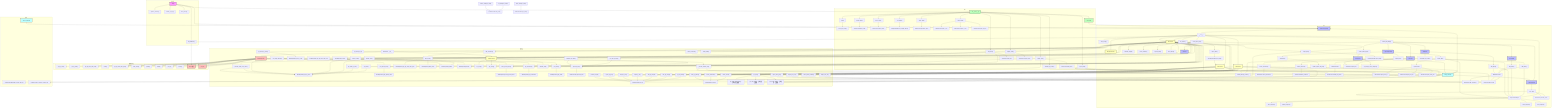
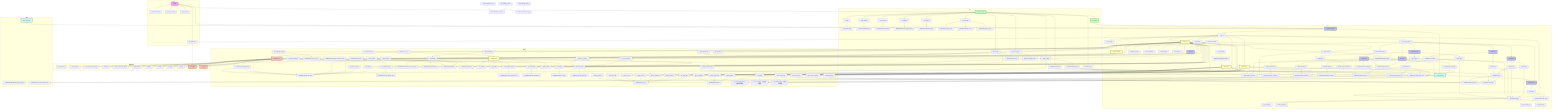
flowchart TD
    subgraph 主入口
        main["main()"] --> init_database["init_database()"]
        main --> register_services["register_services()"]
        main --> handle_cli_args["handle_cli_args()"]
        main --> show_menu["show_menu()"]
    end

    subgraph GUI
        VMTOOLPyQtApp["VMTOOLPyQtApp"] --> __init__["__init__()"]
        __init__ --> load_config["load_config()"]
        __init__ --> create_menu_bar["create_menu_bar()"]
        __init__ --> init_database
        __init__ --> DictService
        __init__ --> WeightCalculator
        __init__ --> FilterService
        __init__ --> StatsService
        __init__ --> set_theme["set_theme()"]
        __init__ --> create_tab_widget["create_tab_widget()"]
        __init__ --> ProgressBarWidget["ProgressBarWidget"]

        create_menu_bar --> import_data["import_data()"]
        create_menu_bar --> export_data["export_data()"]
        create_menu_bar --> calculate_weight["calculate_weight()"]
        create_menu_bar --> detect_conflicts["detect_conflicts()"]
        create_menu_bar --> migrate_data["migrate_data()"]
        create_menu_bar --> show_about["show_about()"]

        import_data --> ImportExportTab.import_data["ImportExportTab.import_data()"]
        export_data --> ImportExportTab.export_data["ImportExportTab.export_data()"]

        create_tab_widget --> CharsTab["CharsTab"]
        create_tab_widget --> SpecialTab["SpecialTab"]
        create_tab_widget --> WordsTab["WordsTab"]
        create_tab_widget --> StatsTab["StatsTab"]
        create_tab_widget --> ImportExportTab["ImportExportTab"]
        create_tab_widget --> CodeRulesTab["CodeRulesTab"]
        create_tab_widget --> create_settings_tab["create_settings_tab()"]
        create_settings_tab --> SettingsTab["SettingsTab"]

        SettingsTab --> on_settings_order_changed["on_settings_order_changed()"]
        SettingsTab --> reload_settings_content["reload_settings_content()"]
+         SettingsTab --> load_language_settings["load_language_settings()"]
        on_settings_order_changed --> config_manager
        on_settings_order_changed --> reload_settings_content
+         load_language_settings --> config_manager

        CharsTab --> search_characters_gui["search_characters()"]
        search_characters_gui --> DictService.search_characters

        CharsTab --> delete_character_gui["delete_character()"]
        delete_character_gui --> DictService.delete_character

        CharsTab --> add_batch_gui["add_batch()"]
        add_batch_gui --> AddBatchThread["AddBatchThread"]
        AddBatchThread --> DictService.add_characters
        add_batch_gui --> ProgressBarWidget

        SpecialTab --> add_special_batch_gui["add_batch()"]
        add_special_batch_gui --> AddBatchThread
        AddBatchThread --> DictService.add_words
        add_special_batch_gui --> ProgressBarWidget

        WordsTab --> add_batch_words_gui["add_batch()"]
        add_batch_words_gui --> AddBatchThread
        AddBatchThread --> DictService.add_words
        add_batch_words_gui --> ProgressBarWidget

        WordsTab --> recalculate_all_codes_gui["recalculate_all_codes()"]
        recalculate_all_codes_gui --> CalculateThread["CalculateThread"]
        CalculateThread --> DictService.calculate_all_codes
        recalculate_all_codes_gui --> ProgressBarWidget

        ImportExportTab --> showEvent["showEvent()"]
        showEvent --> update_export_full_path["update_export_full_path()"]

        ImportExportTab --> import_data_gui["import_data()"]
        import_data_gui --> ImportThread["ImportThread"]
        ImportThread --> FilterService.import_from_txt
        ImportThread --> FilterService.import_from_csv
        ImportThread --> FilterService.import_from_json
        import_data_gui --> ProgressBarWidget

        ImportExportTab --> export_data_gui["export_data()"]
        export_data_gui --> DictService.export_data

        CodeRulesTab --> test_rule["test_rule()"]
        test_rule --> DictService.generate_code
        test_rule --> ProgressBarWidget

        ProgressBarWidget --> start_progress["start_progress()"]
        ProgressBarWidget --> update_progress["update_progress()"]
        ProgressBarWidget --> finish_progress["finish_progress()"]
        ProgressBarWidget --> error_progress["error_progress()"]
    end

    subgraph CLI
        CLI_Main["cli/__main__.py"] --> main_cli["main()"]
        main_cli --> show_typer_help["show_typer_help()"]

        CLI_Main --> add_word["add_word()"]
        CLI_Main --> delete_word["delete_word()"]
        CLI_Main --> delete_batch["delete_batch()"]
        CLI_Main --> query_word["query_word()"]
        CLI_Main --> set_weight["set_weight()"]
        CLI_Main --> replace_code["replace_code()"]
        CLI_Main --> calculate_all_codes_cli["calculate_all_codes()"]
        CLI_Main --> show_stats["show_stats()"]
        CLI_Main --> import_data_cli["import_data()"]
        CLI_Main --> export_data_cli["export_data()"]
        CLI_Main --> start_gui["start_gui()"]

        add_word --> DictService.add_word
        delete_word --> DictService.delete_word
        delete_batch --> DictService.delete_words
        query_word --> DictService.search_words
        set_weight --> WeightCalculator.set_weight_directly
        replace_code --> DictService.replace_code
        calculate_all_codes_cli --> DictService.calculate_all_codes
        show_stats --> StatsService.generate_report
        import_data_cli --> DictService.add_words
        import_data_cli --> FilterService.import_from_txt
        import_data_cli --> FilterService.import_from_csv
        import_data_cli --> FilterService.import_from_json
        export_data_cli --> FilterService.export_to_txt
        export_data_cli --> FilterService.export_to_csv
        export_data_cli --> FilterService.export_to_json
        start_gui --> VMTOOLPyQtApp
    end

    subgraph 服务层
        DictService["DictService"] --> __init__["__init__()"]
        DictService.__init__ --> WordRepository
        DictService.__init__ --> CodeGenerator

        DictService --> get_word["get_word()"]
        get_word --> WordRepository.get_by_word

        DictService --> get_word_by_text["get_word_by_text()"]
        get_word_by_text --> WordRepository.get_by_word

        DictService --> get_word_by_id["get_word_by_id()"]

        DictService --> get_words_by_code["get_words_by_code()"]
        get_words_by_code --> WordRepository.get_by_code

        DictService --> get_special_chars["get_special_chars()"]
        get_special_chars --> WordRepository.get_special_chars

        DictService --> count_special_chars["count_special_chars()"]
        count_special_chars --> WordRepository.count_special_chars

        DictService --> get_characters["get_characters()"]
        get_characters --> WordRepository.get_characters

        DictService --> get_words["get_words()"]
        get_words --> WordRepository.get_words

        DictService --> add_word["add_word()"]
        add_word --> generate_code["generate_code()"]
        generate_code --> CodeGenerator.generate_code
        add_word --> WordRepository.get_by_word_and_code
        add_word --> WordRepository.create

        DictService --> add_words["add_words()"]
        add_words --> generate_code
        add_words --> WordRepository.get_by_word_code_pairs
        add_words --> WordRepository.bulk_create

        DictService --> add_characters["add_characters()"]
        add_characters --> add_words

        DictService --> update_word["update_word()"]
        update_word --> WordRepository.get_by_word
        update_word --> WordRepository.update

        DictService --> delete_word["delete_word()"]
        delete_word --> WordRepository.get_by_word
        delete_word --> WordRepository.delete

        DictService --> delete_words["delete_words()"]
        delete_words --> WordRepository.get_by_word
        delete_words --> WordRepository.delete

        DictService --> delete_character["delete_character()"]
        delete_character --> delete_word

        DictService --> delete_table["delete_table()"]

        DictService --> replace_code["replace_code()"]
        replace_code --> update_word

        DictService --> get_all_words["get_all_words()"]
        get_all_words --> WordRepository.get_all

        DictService --> search_words["search_words()"]
        search_words --> WordRepository.search

        DictService --> search_characters["search_characters()"]
        search_characters --> WordRepository.search

        DictService --> get_code_preview["get_code_preview()"]
        get_code_preview --> generate_code

        DictService --> calculate_all_codes["calculate_all_codes()"]
        calculate_all_codes --> generate_code

        DictService --> export_data["export_data()"]
        export_data --> WordRepository.get_all

        WeightCalculator["WeightCalculator"] --> set_weight_directly["set_weight_directly()"]
        set_weight_directly --> WordRepository.get_by_word
        set_weight_directly --> WordRepository.update

        FilterService["FilterService"] --> filter_by_length["filter_by_length()"]
        filter_by_length --> WordRepository.get_all

        FilterService --> filter_by_weight["filter_by_weight()"]
        filter_by_weight --> WordRepository.get_all

        FilterService --> filter_by_pattern["filter_by_pattern()"]
        filter_by_pattern --> WordRepository.search

        FilterService --> import_from_txt["import_from_txt()"]
        import_from_txt --> DictService.add_words

        FilterService --> import_from_csv["import_from_csv()"]
        import_from_csv --> DictService.add_words

        FilterService --> import_from_json["import_from_json()"]
        import_from_json --> DictService.add_words

        FilterService --> export_to_txt["export_to_txt()"]
        export_to_txt --> WordRepository.get_all

        FilterService --> export_to_csv["export_to_csv()"]
        export_to_csv --> WordRepository.get_all

        FilterService --> export_to_json["export_to_json()"]
        export_to_json --> WordRepository.get_all

        StatsService["StatsService"] --> get_stats["get_stats()"]
        StatsService --> get_word_length_stats["get_word_length_stats() - 只统计词表数据"]
        StatsService --> get_code_stats["get_code_stats() - 只统计词表数据"]
        StatsService --> get_weight_stats["get_weight_stats() - 只统计词表数据"]
        StatsService --> detect_code_conflicts["detect_code_conflicts()"]
        StatsService --> generate_report["generate_report()"]
        get_stats --> get_word_length_stats
        get_stats --> get_code_stats
        get_stats --> get_weight_stats
        generate_report --> WordRepository.get_all

        CodeGenerator["CodeGenerator"] --> set_config["set_config()"]
        CodeGenerator --> get_config["get_config()"]
        CodeGenerator --> generate_code_from_chars["generate_code_from_chars()"]
        generate_code_from_chars --> WordRepository.get_by_word
        CodeGenerator --> _execute_custom_rule["_execute_custom_rule()"]
        _execute_custom_rule --> config_manager
        CodeGenerator --> validate_code["validate_code()"]
    end

    subgraph 数据访问层
        WordRepository["WordRepository"] --> get_by_word["get_by_word()"]
        WordRepository --> get_by_code["get_by_code()"]
        WordRepository --> get_special_chars["get_special_chars()"]
        WordRepository --> count_special_chars["count_special_chars()"]
        WordRepository --> get_characters["get_characters()"]
        WordRepository --> get_words["get_words()"]
        WordRepository --> get_by_word_and_code["get_by_word_and_code()"]
        WordRepository --> create["create()"]
        WordRepository --> get_by_word_code_pairs["get_by_word_code_pairs()"]
        WordRepository --> bulk_create["bulk_create()"]
        WordRepository --> update["update()"]
        WordRepository --> delete["delete()"]
        WordRepository --> get_all["get_all()"]
        WordRepository --> search["search()"]

        WordRepository --> Word["Word模型"]
        WordRepository --> get_db["get_db()"]
        init_database --> Word
    end

    subgraph 核心
        config_manager["config_manager"] --> VMTOOLPyQtApp
        config_manager --> CodeRulesTab
        config_manager --> ImportExportTab.update_export_full_path
        config_manager --> SettingsTab
        config_manager --> CodeGenerator._execute_custom_rule
        theme_manager["theme_manager"] --> VMTOOLPyQtApp
    end

    main --> CLI_Main
    main --> VMTOOLPyQtApp
    test_rule --> DictService.generate_code
    set_codegen_custom --> CodeGenerator.set_config
    save_codegen_config --> CodeGenerator.get_config
    restore_codegen_config --> CodeGenerator.set_config
    generate_code_from_chars --> WordRepository.get_by_word
    _execute_custom_rule --> config_manager
    ImportExportTab.export_data --> DictService.export_data
    ImportExportTab.import_data --> FilterService

    classDef main fill:#f9f,stroke:#333,stroke-width:2px;
    classDef gui fill:#bbf,stroke:#333,stroke-width:2px;
    classDef cli fill:#bfb,stroke:#333,stroke-width:2px;
    classDef service fill:#ffb,stroke:#333,stroke-width:2px;
    classDef dal fill:#fbb,stroke:#333,stroke-width:2px;
    classDef core fill:#bff,stroke:#333,stroke-width:2px;

    class main main;
    class VMTOOLPyQtApp,CharsTab,SpecialTab,WordsTab,StatsTab,ImportExportTab,CodeRulesTab,SettingsTab gui;
    class CLI_Main,start_gui cli;
    class DictService,WeightCalculator,FilterService,StatsService,CodeGenerator service;
    class WordRepository,Word,get_db,dal dal;
    class config_manager,theme_manager core;